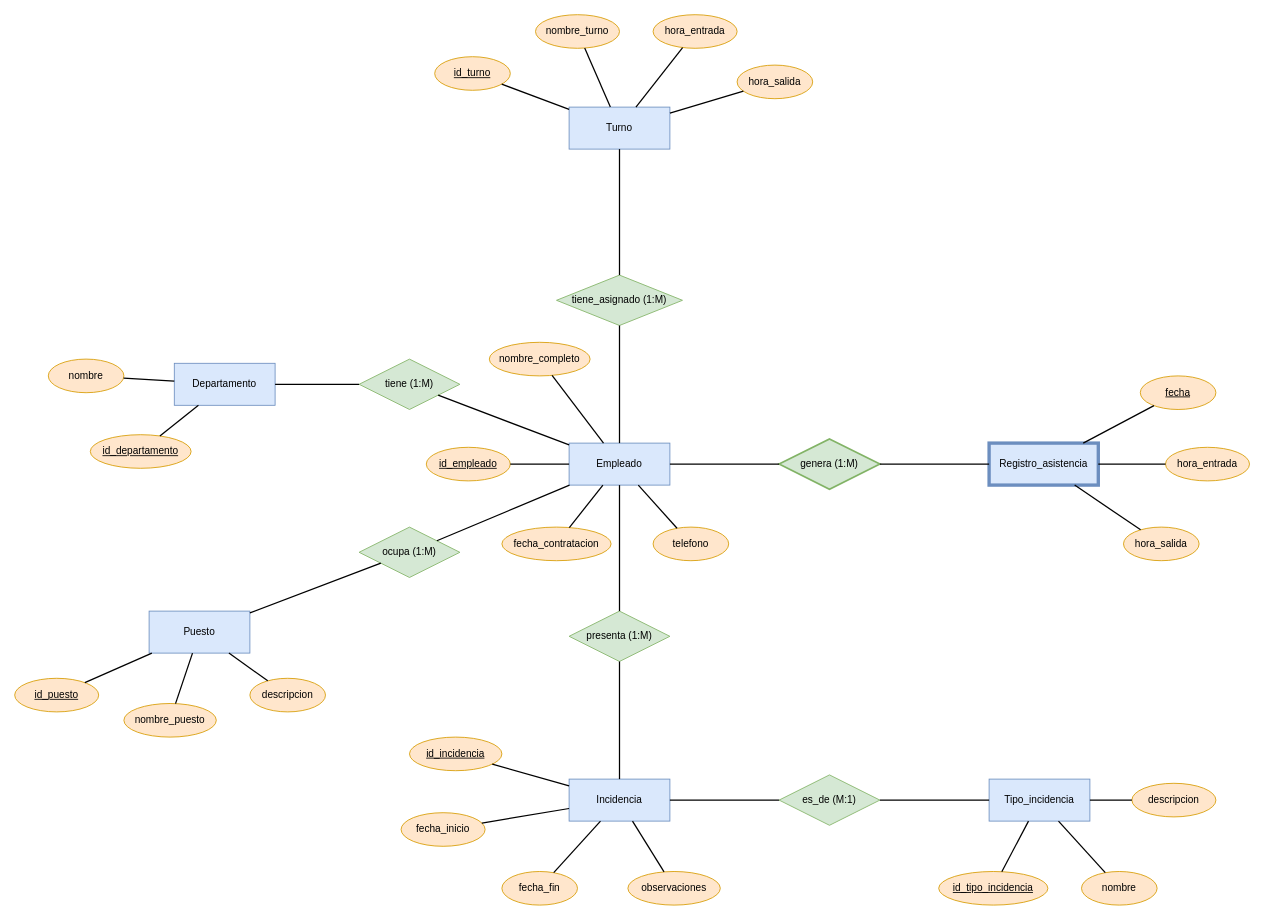
The draw.io diagram Control_Asistencia.drawio in MoisesTorres24/Draw.io, before the edit. Source tidied: cells renumbered, new cells numbered last; positions are measured from the earlier drawing's top-left corner, leaving out a move shared by most shapes. Both pictures are drawn from the tidied source at 84%, with x=0, y=0 at pixel (14, 14).
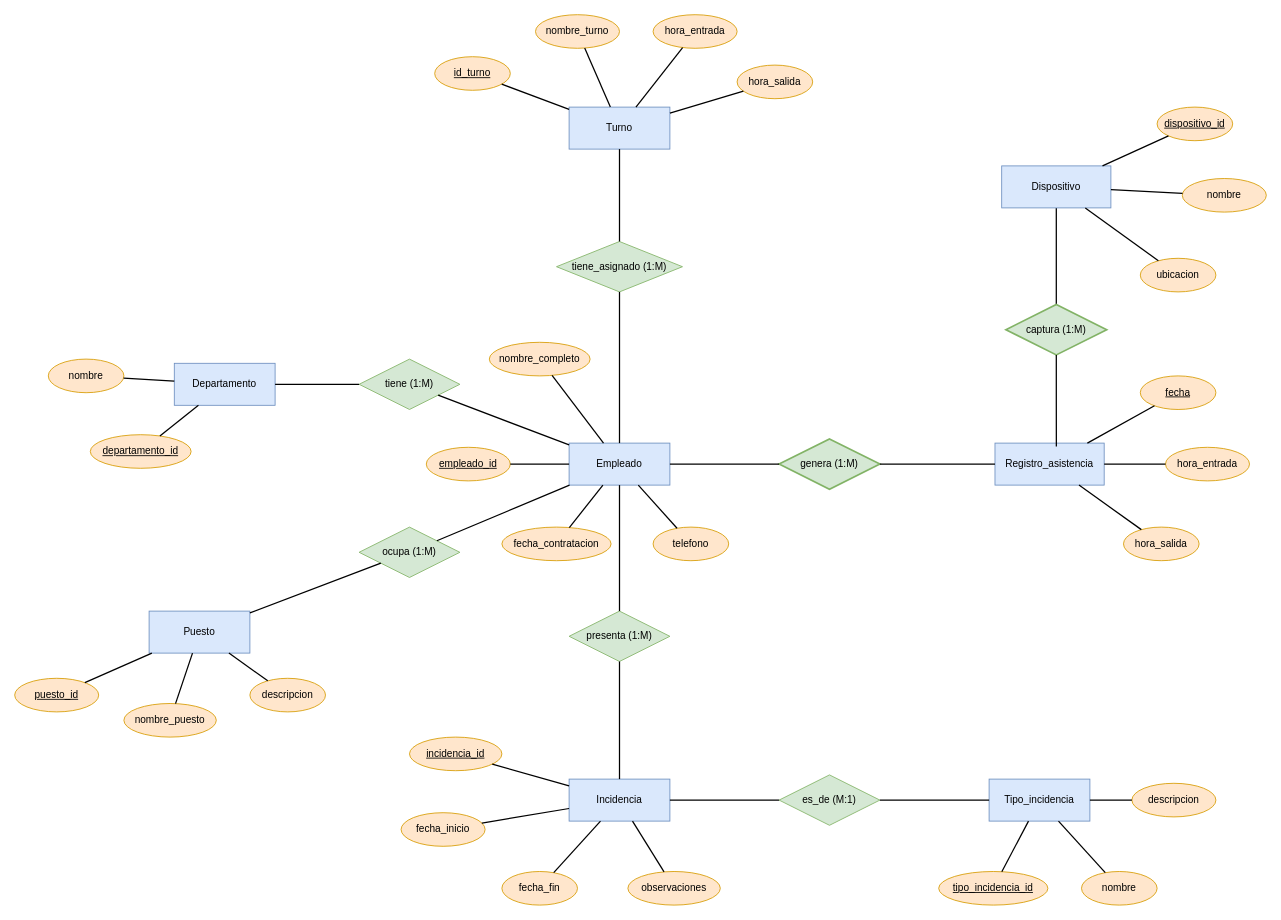
Above is the later version.

The edit, as a diff of the source:
```diff
@@
-    <mxCell id="8" value="Registro_asistencia" style="rounded=0;whiteSpace=wrap;html=1;fillColor=#dae8fc;strokeColor=#6c8ebf;strokeWidth=4;" parent="1" vertex="1">
-      <mxGeometry x="1160" y="510" width="130" height="50" as="geometry" />
+    <mxCell id="8" value="Registro_asistencia" style="rounded=0;whiteSpace=wrap;html=1;fillColor=#dae8fc;strokeColor=#6c8ebf;align=center;verticalAlign=middle;fontFamily=Helvetica;fontSize=12;fontColor=default;" parent="1" vertex="1">
+      <mxGeometry x="1167" y="510" width="130" height="50" as="geometry" />
     </mxCell>
@@
     <mxCell id="11" value="tiene_asignado (1:M)" style="rhombus;whiteSpace=wrap;html=1;fillColor=#d5e8d4;strokeColor=#82b366;" parent="1" vertex="1">
-      <mxGeometry x="645" y="310" width="150" height="60" as="geometry" />
+      <mxGeometry x="645" y="270" width="150" height="60" as="geometry" />
     </mxCell>
@@
-    <mxCell id="27" value="&lt;u&gt;id_empleado&lt;/u&gt;" style="ellipse;whiteSpace=wrap;html=1;fillColor=#ffe6cc;strokeColor=#d79b00;" parent="1" vertex="1">
+    <mxCell id="27" value="&lt;u&gt;empleado_id&lt;/u&gt;" style="ellipse;whiteSpace=wrap;html=1;fillColor=#ffe6cc;strokeColor=#d79b00;" parent="1" vertex="1">
       <mxGeometry x="490" y="515" width="100" height="40" as="geometry" />
     </mxCell>
@@
-    <mxCell id="31" value="&lt;u&gt;id_departamento&lt;/u&gt;" style="ellipse;whiteSpace=wrap;html=1;fillColor=#ffe6cc;strokeColor=#d79b00;" parent="1" vertex="1">
+    <mxCell id="31" value="&lt;u&gt;departamento_id&lt;/u&gt;" style="ellipse;whiteSpace=wrap;html=1;fillColor=#ffe6cc;strokeColor=#d79b00;" parent="1" vertex="1">
       <mxGeometry x="90" y="500" width="120" height="40" as="geometry" />
     </mxCell>
@@
-    <mxCell id="33" value="&lt;u&gt;id_puesto&lt;/u&gt;" style="ellipse;whiteSpace=wrap;html=1;fillColor=#ffe6cc;strokeColor=#d79b00;" parent="1" vertex="1">
+    <mxCell id="33" value="&lt;u&gt;puesto_id&lt;/u&gt;" style="ellipse;whiteSpace=wrap;html=1;fillColor=#ffe6cc;strokeColor=#d79b00;" parent="1" vertex="1">
       <mxGeometry y="790" width="100" height="40" as="geometry" />
     </mxCell>
@@
-    <mxCell id="43" value="&lt;u&gt;id_incidencia&lt;/u&gt;" style="ellipse;whiteSpace=wrap;html=1;fillColor=#ffe6cc;strokeColor=#d79b00;" parent="1" vertex="1">
+    <mxCell id="43" value="&lt;u&gt;incidencia_id&lt;/u&gt;" style="ellipse;whiteSpace=wrap;html=1;fillColor=#ffe6cc;strokeColor=#d79b00;" parent="1" vertex="1">
       <mxGeometry x="470" y="860" width="110" height="40" as="geometry" />
     </mxCell>
@@
-    <mxCell id="47" value="&lt;u&gt;id_tipo_incidencia&lt;/u&gt;" style="ellipse;whiteSpace=wrap;html=1;fillColor=#ffe6cc;strokeColor=#d79b00;" parent="1" vertex="1">
+    <mxCell id="47" value="&lt;u&gt;tipo_incidencia_id&lt;/u&gt;" style="ellipse;whiteSpace=wrap;html=1;fillColor=#ffe6cc;strokeColor=#d79b00;" parent="1" vertex="1">
       <mxGeometry x="1100" y="1020" width="130" height="40" as="geometry" />
     </mxCell>
@@
+    <mxCell id="73" style="edgeStyle=orthogonalEdgeStyle;rounded=0;jettySize=auto;html=1;exitX=0.5;exitY=1;exitDx=0;exitDy=0;entryX=0.5;entryY=0;entryDx=0;entryDy=0;strokeColor=default;strokeWidth=1.5;align=center;verticalAlign=middle;fontFamily=Helvetica;fontSize=11;fontColor=default;labelBackgroundColor=default;endArrow=none;" parent="1" edge="1" source="74" target="81">
+      <mxGeometry relative="1" as="geometry" />
+    </mxCell>
+    <mxCell id="74" value="Dispositivo" style="rounded=0;whiteSpace=wrap;html=1;fillColor=#dae8fc;strokeColor=#6c8ebf;align=center;verticalAlign=middle;fontFamily=Helvetica;fontSize=12;fontColor=default;" parent="1" vertex="1">
+      <mxGeometry x="1175" y="180" width="130" height="50" as="geometry" />
+    </mxCell>
+    <mxCell id="75" value="&lt;u&gt;dispositivo_id&lt;/u&gt;" style="ellipse;whiteSpace=wrap;html=1;fillColor=#ffe6cc;strokeColor=#d79b00;" parent="1" vertex="1">
+      <mxGeometry x="1360" y="110" width="90" height="40" as="geometry" />
+    </mxCell>
+    <mxCell id="76" value="nombre" style="ellipse;whiteSpace=wrap;html=1;fillColor=#ffe6cc;strokeColor=#d79b00;" parent="1" vertex="1">
+      <mxGeometry x="1390" y="195" width="100" height="40" as="geometry" />
+    </mxCell>
+    <mxCell id="77" value="ubicacion" style="ellipse;whiteSpace=wrap;html=1;fillColor=#ffe6cc;strokeColor=#d79b00;" parent="1" vertex="1">
+      <mxGeometry x="1340" y="290" width="90" height="40" as="geometry" />
+    </mxCell>
+    <mxCell id="78" style="edgeStyle=none;endArrow=none;html=1;rounded=0;strokeWidth=1.5;" parent="1" edge="1" source="75" target="74">
+      <mxGeometry relative="1" as="geometry" />
+    </mxCell>
+    <mxCell id="79" style="edgeStyle=none;endArrow=none;html=1;rounded=0;strokeWidth=1.5;" parent="1" edge="1" source="76" target="74">
+      <mxGeometry relative="1" as="geometry" />
+    </mxCell>
+    <mxCell id="80" style="edgeStyle=none;endArrow=none;html=1;rounded=0;strokeWidth=1.5;" parent="1" edge="1" source="77" target="74">
+      <mxGeometry relative="1" as="geometry" />
+    </mxCell>
+    <mxCell id="81" value="captura (1:M)" style="rhombus;whiteSpace=wrap;html=1;fillColor=#d5e8d4;strokeColor=#82b366;strokeWidth=2;" parent="1" vertex="1">
+      <mxGeometry x="1180" y="345" width="120" height="60" as="geometry" />
+    </mxCell>
+    <mxCell id="82" style="edgeStyle=orthogonalEdgeStyle;rounded=0;jettySize=auto;html=1;exitX=0.5;exitY=1;exitDx=0;exitDy=0;entryX=0.562;entryY=0.08;entryDx=0;entryDy=0;entryPerimeter=0;strokeColor=default;strokeWidth=1.5;align=center;verticalAlign=middle;fontFamily=Helvetica;fontSize=11;fontColor=default;labelBackgroundColor=default;endArrow=none;" parent="1" edge="1" source="81" target="8">
+      <mxGeometry relative="1" as="geometry" />
+    </mxCell>
```
